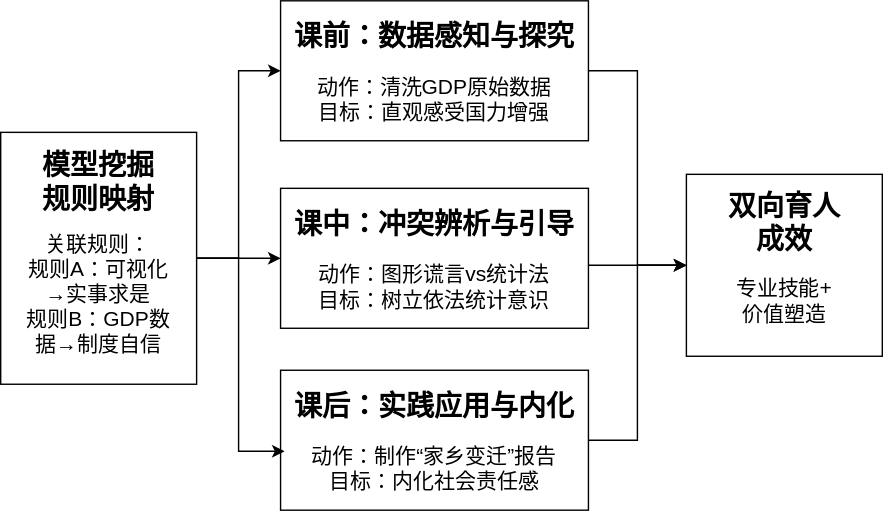
Earlier version of the draw.io export 1.22小论文（思政元素）教学实施路径图.drawio.svg (handsome-tony/picture). Source tidied: cells renumbered, new cells last; positions are measured from the earlier drawing's top-left corner, leaving out a move shared by most shapes. Its diagram source:
```xml
<mxGraphModel>
  <root>
    <mxCell id="0" />
    <mxCell id="1" parent="0" />
    <mxCell id="2" style="edgeStyle=orthogonalEdgeStyle;rounded=0;jettySize=auto;html=1;entryX=0;entryY=0.5;entryDx=0;entryDy=0;" parent="1" edge="1" source="4" target="8">
      <mxGeometry relative="1" as="geometry" />
    </mxCell>
    <mxCell id="3" style="edgeStyle=orthogonalEdgeStyle;rounded=0;jettySize=auto;html=1;entryX=0;entryY=0.5;entryDx=0;entryDy=0;" parent="1" edge="1" source="4" target="12">
      <mxGeometry relative="1" as="geometry" />
    </mxCell>
    <mxCell id="4" style="rounded=0;whiteSpace=wrap;html=1;" parent="1" vertex="1">
      <mxGeometry y="94" width="140" height="180" as="geometry" />
    </mxCell>
    <mxCell id="5" value="&lt;b&gt;&lt;font style=&quot;font-size: 20px;&quot;&gt;模型挖掘规则映射&lt;/font&gt;&lt;/b&gt;" style="text;html=1;whiteSpace=wrap;strokeColor=none;fillColor=none;align=center;verticalAlign=middle;rounded=0;" parent="1" vertex="1">
      <mxGeometry x="25" y="114" width="90" height="30" as="geometry" />
    </mxCell>
    <mxCell id="6" value="&lt;font style=&quot;font-size: 15px;&quot;&gt;关联规则：&lt;/font&gt;&lt;div&gt;&lt;font style=&quot;font-size: 15px;&quot;&gt;规则A：可视化→实事求是&lt;/font&gt;&lt;/div&gt;&lt;div&gt;&lt;font style=&quot;font-size: 15px;&quot;&gt;规则B：GDP数据→制度自信&lt;/font&gt;&lt;/div&gt;" style="text;html=1;whiteSpace=wrap;strokeColor=none;fillColor=none;align=center;verticalAlign=middle;rounded=0;" parent="1" vertex="1">
      <mxGeometry x="15" y="164" width="110" height="90" as="geometry" />
    </mxCell>
    <mxCell id="7" style="edgeStyle=orthogonalEdgeStyle;rounded=0;jettySize=auto;html=1;entryX=0;entryY=0.5;entryDx=0;entryDy=0;" parent="1" edge="1" source="8" target="19">
      <mxGeometry relative="1" as="geometry" />
    </mxCell>
    <mxCell id="8" style="rounded=0;whiteSpace=wrap;html=1;" parent="1" vertex="1">
      <mxGeometry x="200" width="220" height="100" as="geometry" />
    </mxCell>
    <mxCell id="9" value="&lt;b&gt;&lt;font style=&quot;font-size: 20px;&quot;&gt;课前：数据感知与探究&lt;/font&gt;&lt;/b&gt;" style="text;html=1;whiteSpace=wrap;strokeColor=none;fillColor=none;align=center;verticalAlign=middle;rounded=0;" parent="1" vertex="1">
      <mxGeometry x="200" y="10" width="220" height="30" as="geometry" />
    </mxCell>
    <mxCell id="10" value="&lt;font style=&quot;font-size: 15px;&quot;&gt;动作：清洗GDP原始数据&lt;/font&gt;&lt;div&gt;&lt;font style=&quot;font-size: 15px;&quot;&gt;目标：直观感受国力增强&lt;/font&gt;&lt;/div&gt;" style="text;html=1;whiteSpace=wrap;strokeColor=none;fillColor=none;align=center;verticalAlign=middle;rounded=0;" parent="1" vertex="1">
      <mxGeometry x="220" y="40" width="180" height="60" as="geometry" />
    </mxCell>
    <mxCell id="11" style="edgeStyle=orthogonalEdgeStyle;rounded=0;jettySize=auto;html=1;entryX=0;entryY=0.5;entryDx=0;entryDy=0;" parent="1" edge="1" source="12" target="19">
      <mxGeometry relative="1" as="geometry">
        <Array as="points">
          <mxPoint x="440" y="189" />
          <mxPoint x="440" y="189" />
        </Array>
      </mxGeometry>
    </mxCell>
    <mxCell id="12" style="rounded=0;whiteSpace=wrap;html=1;" parent="1" vertex="1">
      <mxGeometry x="200" y="134" width="220" height="100" as="geometry" />
    </mxCell>
    <mxCell id="13" value="&lt;b&gt;&lt;font style=&quot;font-size: 20px;&quot;&gt;课中：冲突辨析与引导&lt;/font&gt;&lt;/b&gt;" style="text;html=1;whiteSpace=wrap;strokeColor=none;fillColor=none;align=center;verticalAlign=middle;rounded=0;" parent="1" vertex="1">
      <mxGeometry x="200" y="144" width="220" height="30" as="geometry" />
    </mxCell>
    <mxCell id="14" value="&lt;font style=&quot;font-size: 15px;&quot;&gt;动作：图形谎言vs统计法&lt;/font&gt;&lt;div&gt;&lt;font style=&quot;font-size: 15px;&quot;&gt;目标：树立依法统计意识&lt;/font&gt;&lt;/div&gt;" style="text;html=1;whiteSpace=wrap;strokeColor=none;fillColor=none;align=center;verticalAlign=middle;rounded=0;" parent="1" vertex="1">
      <mxGeometry x="220" y="174" width="180" height="60" as="geometry" />
    </mxCell>
    <mxCell id="15" style="edgeStyle=orthogonalEdgeStyle;rounded=0;jettySize=auto;html=1;entryX=0;entryY=0.5;entryDx=0;entryDy=0;" parent="1" edge="1" source="16" target="19">
      <mxGeometry relative="1" as="geometry" />
    </mxCell>
    <mxCell id="16" style="rounded=0;whiteSpace=wrap;html=1;" parent="1" vertex="1">
      <mxGeometry x="200" y="264" width="220" height="100" as="geometry" />
    </mxCell>
    <mxCell id="17" value="&lt;b&gt;&lt;font style=&quot;font-size: 20px;&quot;&gt;课后：实践应用与内化&lt;/font&gt;&lt;/b&gt;" style="text;html=1;whiteSpace=wrap;strokeColor=none;fillColor=none;align=center;verticalAlign=middle;rounded=0;" parent="1" vertex="1">
      <mxGeometry x="200" y="274" width="220" height="30" as="geometry" />
    </mxCell>
    <mxCell id="18" value="&lt;font style=&quot;font-size: 15px;&quot;&gt;动作：制作“家乡变迁”报告&lt;/font&gt;&lt;div&gt;&lt;font style=&quot;font-size: 15px;&quot;&gt;目标：内化社会责任感&lt;/font&gt;&lt;/div&gt;" style="text;html=1;whiteSpace=wrap;strokeColor=none;fillColor=none;align=center;verticalAlign=middle;rounded=0;" parent="1" vertex="1">
      <mxGeometry x="220" y="304" width="180" height="60" as="geometry" />
    </mxCell>
    <mxCell id="19" style="rounded=0;whiteSpace=wrap;html=1;" parent="1" vertex="1">
      <mxGeometry x="490" y="124" width="140" height="130" as="geometry" />
    </mxCell>
    <mxCell id="20" value="&lt;b&gt;&lt;font style=&quot;font-size: 20px;&quot;&gt;双向育人成效&lt;/font&gt;&lt;/b&gt;" style="text;html=1;whiteSpace=wrap;strokeColor=none;fillColor=none;align=center;verticalAlign=middle;rounded=0;" parent="1" vertex="1">
      <mxGeometry x="515" y="143" width="90" height="30" as="geometry" />
    </mxCell>
    <mxCell id="21" value="&lt;span style=&quot;font-size: 15px;&quot;&gt;专业技能+&lt;/span&gt;&lt;div&gt;&lt;span style=&quot;font-size: 15px;&quot;&gt;价值塑造&lt;/span&gt;&lt;/div&gt;" style="text;html=1;whiteSpace=wrap;strokeColor=none;fillColor=none;align=center;verticalAlign=middle;rounded=0;" parent="1" vertex="1">
      <mxGeometry x="505" y="169" width="110" height="90" as="geometry" />
    </mxCell>
    <mxCell id="22" style="edgeStyle=orthogonalEdgeStyle;rounded=0;jettySize=auto;html=1;entryX=0.013;entryY=0.579;entryDx=0;entryDy=0;entryPerimeter=0;" parent="1" edge="1" source="4" target="16">
      <mxGeometry relative="1" as="geometry" />
    </mxCell>
  </root>
</mxGraphModel>
```
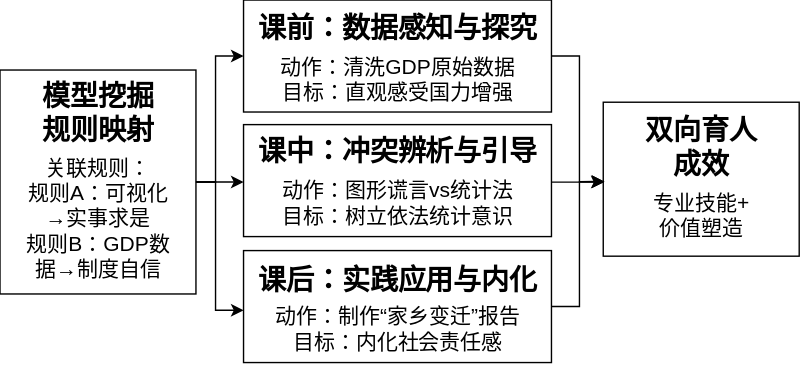
The same file after the commit.

Commit message:
更新1.22小论文（思政元素）教学实施路径图.drawio.svg

The edit, as a diff of the source:
```diff
@@ -2,73 +2,94 @@
   <root>
     <mxCell id="0" />
     <mxCell id="1" parent="0" />
+    <mxCell id="23" style="rounded=0;whiteSpace=wrap;html=1;" parent="1" vertex="1">
+      <mxGeometry x="200" y="183" width="220" height="80" as="geometry" />
+    </mxCell>
+    <mxCell id="24" style="rounded=0;whiteSpace=wrap;html=1;" parent="1" vertex="1">
+      <mxGeometry x="200" y="93" width="220" height="80" as="geometry" />
+    </mxCell>
     <mxCell id="2" style="edgeStyle=orthogonalEdgeStyle;rounded=0;jettySize=auto;html=1;entryX=0;entryY=0.5;entryDx=0;entryDy=0;" parent="1" edge="1" source="4" target="8">
-      <mxGeometry relative="1" as="geometry" />
+      <mxGeometry relative="1" as="geometry">
+        <Array as="points">
+          <mxPoint x="180" y="134" />
+          <mxPoint x="180" y="44" />
+        </Array>
+      </mxGeometry>
     </mxCell>
-    <mxCell id="3" style="edgeStyle=orthogonalEdgeStyle;rounded=0;jettySize=auto;html=1;entryX=0;entryY=0.5;entryDx=0;entryDy=0;" parent="1" edge="1" source="4" target="12">
-      <mxGeometry relative="1" as="geometry" />
-    </mxCell>
     <mxCell id="4" style="rounded=0;whiteSpace=wrap;html=1;" parent="1" vertex="1">
-      <mxGeometry y="94" width="140" height="180" as="geometry" />
+      <mxGeometry x="26" y="54" width="140" height="160" as="geometry" />
     </mxCell>
     <mxCell id="5" value="&lt;b&gt;&lt;font style=&quot;font-size: 20px;&quot;&gt;模型挖掘规则映射&lt;/font&gt;&lt;/b&gt;" style="text;html=1;whiteSpace=wrap;strokeColor=none;fillColor=none;align=center;verticalAlign=middle;rounded=0;" parent="1" vertex="1">
-      <mxGeometry x="25" y="114" width="90" height="30" as="geometry" />
+      <mxGeometry x="51" y="69" width="90" height="30" as="geometry" />
     </mxCell>
     <mxCell id="6" value="&lt;font style=&quot;font-size: 15px;&quot;&gt;关联规则：&lt;/font&gt;&lt;div&gt;&lt;font style=&quot;font-size: 15px;&quot;&gt;规则A：可视化→实事求是&lt;/font&gt;&lt;/div&gt;&lt;div&gt;&lt;font style=&quot;font-size: 15px;&quot;&gt;规则B：GDP数据→制度自信&lt;/font&gt;&lt;/div&gt;" style="text;html=1;whiteSpace=wrap;strokeColor=none;fillColor=none;align=center;verticalAlign=middle;rounded=0;" parent="1" vertex="1">
-      <mxGeometry x="15" y="164" width="110" height="90" as="geometry" />
+      <mxGeometry x="41" y="114" width="110" height="90" as="geometry" />
     </mxCell>
-    <mxCell id="7" style="edgeStyle=orthogonalEdgeStyle;rounded=0;jettySize=auto;html=1;entryX=0;entryY=0.5;entryDx=0;entryDy=0;" parent="1" edge="1" source="8" target="19">
-      <mxGeometry relative="1" as="geometry" />
-    </mxCell>
     <mxCell id="8" style="rounded=0;whiteSpace=wrap;html=1;" parent="1" vertex="1">
-      <mxGeometry x="200" width="220" height="100" as="geometry" />
+      <mxGeometry x="200" y="4" width="220" height="80" as="geometry" />
     </mxCell>
     <mxCell id="9" value="&lt;b&gt;&lt;font style=&quot;font-size: 20px;&quot;&gt;课前：数据感知与探究&lt;/font&gt;&lt;/b&gt;" style="text;html=1;whiteSpace=wrap;strokeColor=none;fillColor=none;align=center;verticalAlign=middle;rounded=0;" parent="1" vertex="1">
-      <mxGeometry x="200" y="10" width="220" height="30" as="geometry" />
+      <mxGeometry x="200" y="8" width="220" height="30" as="geometry" />
     </mxCell>
     <mxCell id="10" value="&lt;font style=&quot;font-size: 15px;&quot;&gt;动作：清洗GDP原始数据&lt;/font&gt;&lt;div&gt;&lt;font style=&quot;font-size: 15px;&quot;&gt;目标：直观感受国力增强&lt;/font&gt;&lt;/div&gt;" style="text;html=1;whiteSpace=wrap;strokeColor=none;fillColor=none;align=center;verticalAlign=middle;rounded=0;" parent="1" vertex="1">
-      <mxGeometry x="220" y="40" width="180" height="60" as="geometry" />
+      <mxGeometry x="220" y="30" width="180" height="60" as="geometry" />
     </mxCell>
-    <mxCell id="11" style="edgeStyle=orthogonalEdgeStyle;rounded=0;jettySize=auto;html=1;entryX=0;entryY=0.5;entryDx=0;entryDy=0;" parent="1" edge="1" source="12" target="19">
-      <mxGeometry relative="1" as="geometry">
-        <Array as="points">
-          <mxPoint x="440" y="189" />
-          <mxPoint x="440" y="189" />
-        </Array>
-      </mxGeometry>
-    </mxCell>
-    <mxCell id="12" style="rounded=0;whiteSpace=wrap;html=1;" parent="1" vertex="1">
-      <mxGeometry x="200" y="134" width="220" height="100" as="geometry" />
-    </mxCell>
     <mxCell id="13" value="&lt;b&gt;&lt;font style=&quot;font-size: 20px;&quot;&gt;课中：冲突辨析与引导&lt;/font&gt;&lt;/b&gt;" style="text;html=1;whiteSpace=wrap;strokeColor=none;fillColor=none;align=center;verticalAlign=middle;rounded=0;" parent="1" vertex="1">
-      <mxGeometry x="200" y="144" width="220" height="30" as="geometry" />
+      <mxGeometry x="200" y="96" width="220" height="30" as="geometry" />
     </mxCell>
     <mxCell id="14" value="&lt;font style=&quot;font-size: 15px;&quot;&gt;动作：图形谎言vs统计法&lt;/font&gt;&lt;div&gt;&lt;font style=&quot;font-size: 15px;&quot;&gt;目标：树立依法统计意识&lt;/font&gt;&lt;/div&gt;" style="text;html=1;whiteSpace=wrap;strokeColor=none;fillColor=none;align=center;verticalAlign=middle;rounded=0;" parent="1" vertex="1">
-      <mxGeometry x="220" y="174" width="180" height="60" as="geometry" />
+      <mxGeometry x="220" y="118" width="180" height="60" as="geometry" />
     </mxCell>
-    <mxCell id="15" style="edgeStyle=orthogonalEdgeStyle;rounded=0;jettySize=auto;html=1;entryX=0;entryY=0.5;entryDx=0;entryDy=0;" parent="1" edge="1" source="16" target="19">
-      <mxGeometry relative="1" as="geometry" />
-    </mxCell>
-    <mxCell id="16" style="rounded=0;whiteSpace=wrap;html=1;" parent="1" vertex="1">
-      <mxGeometry x="200" y="264" width="220" height="100" as="geometry" />
-    </mxCell>
     <mxCell id="17" value="&lt;b&gt;&lt;font style=&quot;font-size: 20px;&quot;&gt;课后：实践应用与内化&lt;/font&gt;&lt;/b&gt;" style="text;html=1;whiteSpace=wrap;strokeColor=none;fillColor=none;align=center;verticalAlign=middle;rounded=0;" parent="1" vertex="1">
-      <mxGeometry x="200" y="274" width="220" height="30" as="geometry" />
+      <mxGeometry x="200" y="188" width="220" height="30" as="geometry" />
     </mxCell>
     <mxCell id="18" value="&lt;font style=&quot;font-size: 15px;&quot;&gt;动作：制作“家乡变迁”报告&lt;/font&gt;&lt;div&gt;&lt;font style=&quot;font-size: 15px;&quot;&gt;目标：内化社会责任感&lt;/font&gt;&lt;/div&gt;" style="text;html=1;whiteSpace=wrap;strokeColor=none;fillColor=none;align=center;verticalAlign=middle;rounded=0;" parent="1" vertex="1">
-      <mxGeometry x="220" y="304" width="180" height="60" as="geometry" />
+      <mxGeometry x="220" y="208" width="180" height="60" as="geometry" />
     </mxCell>
     <mxCell id="19" style="rounded=0;whiteSpace=wrap;html=1;" parent="1" vertex="1">
-      <mxGeometry x="490" y="124" width="140" height="130" as="geometry" />
+      <mxGeometry x="457" y="77" width="140" height="110" as="geometry" />
     </mxCell>
     <mxCell id="20" value="&lt;b&gt;&lt;font style=&quot;font-size: 20px;&quot;&gt;双向育人成效&lt;/font&gt;&lt;/b&gt;" style="text;html=1;whiteSpace=wrap;strokeColor=none;fillColor=none;align=center;verticalAlign=middle;rounded=0;" parent="1" vertex="1">
-      <mxGeometry x="515" y="143" width="90" height="30" as="geometry" />
+      <mxGeometry x="482" y="93" width="90" height="30" as="geometry" />
     </mxCell>
     <mxCell id="21" value="&lt;span style=&quot;font-size: 15px;&quot;&gt;专业技能+&lt;/span&gt;&lt;div&gt;&lt;span style=&quot;font-size: 15px;&quot;&gt;价值塑造&lt;/span&gt;&lt;/div&gt;" style="text;html=1;whiteSpace=wrap;strokeColor=none;fillColor=none;align=center;verticalAlign=middle;rounded=0;" parent="1" vertex="1">
-      <mxGeometry x="505" y="169" width="110" height="90" as="geometry" />
+      <mxGeometry x="472" y="122" width="110" height="70" as="geometry" />
     </mxCell>
-    <mxCell id="22" style="edgeStyle=orthogonalEdgeStyle;rounded=0;jettySize=auto;html=1;entryX=0.013;entryY=0.579;entryDx=0;entryDy=0;entryPerimeter=0;" parent="1" edge="1" source="4" target="16">
-      <mxGeometry relative="1" as="geometry" />
-    </mxCell>
+    <mxCell id="25" style="edgeStyle=orthogonalEdgeStyle;rounded=0;jettySize=auto;html=1;entryX=0;entryY=0.513;entryDx=0;entryDy=0;entryPerimeter=0;" parent="1" edge="1" source="4" target="24">
+      <mxGeometry relative="1" as="geometry" />
+    </mxCell>
+    <mxCell id="26" style="edgeStyle=orthogonalEdgeStyle;rounded=0;jettySize=auto;html=1;entryX=0;entryY=0.533;entryDx=0;entryDy=0;entryPerimeter=0;" parent="1" edge="1" source="4" target="23">
+      <mxGeometry relative="1" as="geometry">
+        <Array as="points">
+          <mxPoint x="180" y="134" />
+          <mxPoint x="180" y="226" />
+        </Array>
+      </mxGeometry>
+    </mxCell>
+    <mxCell id="7" style="edgeStyle=orthogonalEdgeStyle;rounded=0;jettySize=auto;html=1;entryX=0.005;entryY=0.515;entryDx=0;entryDy=0;entryPerimeter=0;" parent="1" edge="1" source="8" target="19">
+      <mxGeometry relative="1" as="geometry">
+        <Array as="points">
+          <mxPoint x="440" y="44" />
+          <mxPoint x="440" y="134" />
+        </Array>
+      </mxGeometry>
+    </mxCell>
+    <mxCell id="27" style="edgeStyle=orthogonalEdgeStyle;rounded=0;orthogonalLoop=1;jettySize=auto;html=1;entryX=0.002;entryY=0.519;entryDx=0;entryDy=0;entryPerimeter=0;" parent="1" edge="1">
+      <mxGeometry relative="1" as="geometry">
+        <mxPoint x="420" y="134.1" as="sourcePoint" />
+        <mxPoint x="457.3" y="134.1" as="targetPoint" />
+        <Array as="points">
+          <mxPoint x="440" y="134" />
+        </Array>
+      </mxGeometry>
+    </mxCell>
+    <mxCell id="28" style="edgeStyle=orthogonalEdgeStyle;rounded=0;jettySize=auto;html=1;entryX=0.007;entryY=0.517;entryDx=0;entryDy=0;entryPerimeter=0;" parent="1" edge="1" source="23" target="19">
+      <mxGeometry relative="1" as="geometry">
+        <Array as="points">
+          <mxPoint x="440" y="223" />
+          <mxPoint x="440" y="134" />
+        </Array>
+      </mxGeometry>
+    </mxCell>
   </root>
 </mxGraphModel>
```
